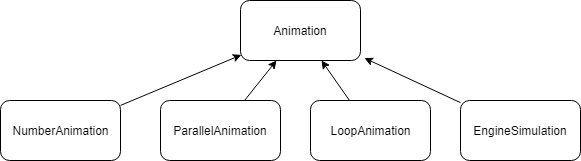
Above: animation-classes.png in mvinturis/composite-design-pattern (draw.io), before the change. Source tidied: cells renumbered, new cells last; positions are measured from the earlier drawing's top-left corner, leaving out a move shared by most shapes.
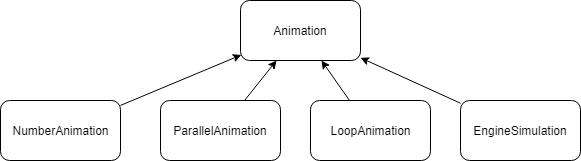
Above is the later version.

The edit, as a diff of the source:
```diff
@@ -23,7 +23,7 @@
     <mxCell id="8" value="LoopAnimation" style="rounded=1;whiteSpace=wrap;html=1;" parent="1" vertex="1">
       <mxGeometry x="310" y="100" width="120" height="60" as="geometry" />
     </mxCell>
-    <mxCell id="9" style="edgeStyle=none;rounded=0;jettySize=auto;html=1;entryX=1.033;entryY=0.96;entryDx=0;entryDy=0;entryPerimeter=0;" parent="1" edge="1" source="10" target="2">
+    <mxCell id="9" style="edgeStyle=none;rounded=0;jettySize=auto;html=1;" parent="1" edge="1" source="10" target="2">
       <mxGeometry relative="1" as="geometry" />
     </mxCell>
     <mxCell id="10" value="EngineSimulation" style="rounded=1;whiteSpace=wrap;html=1;" parent="1" vertex="1">
```
